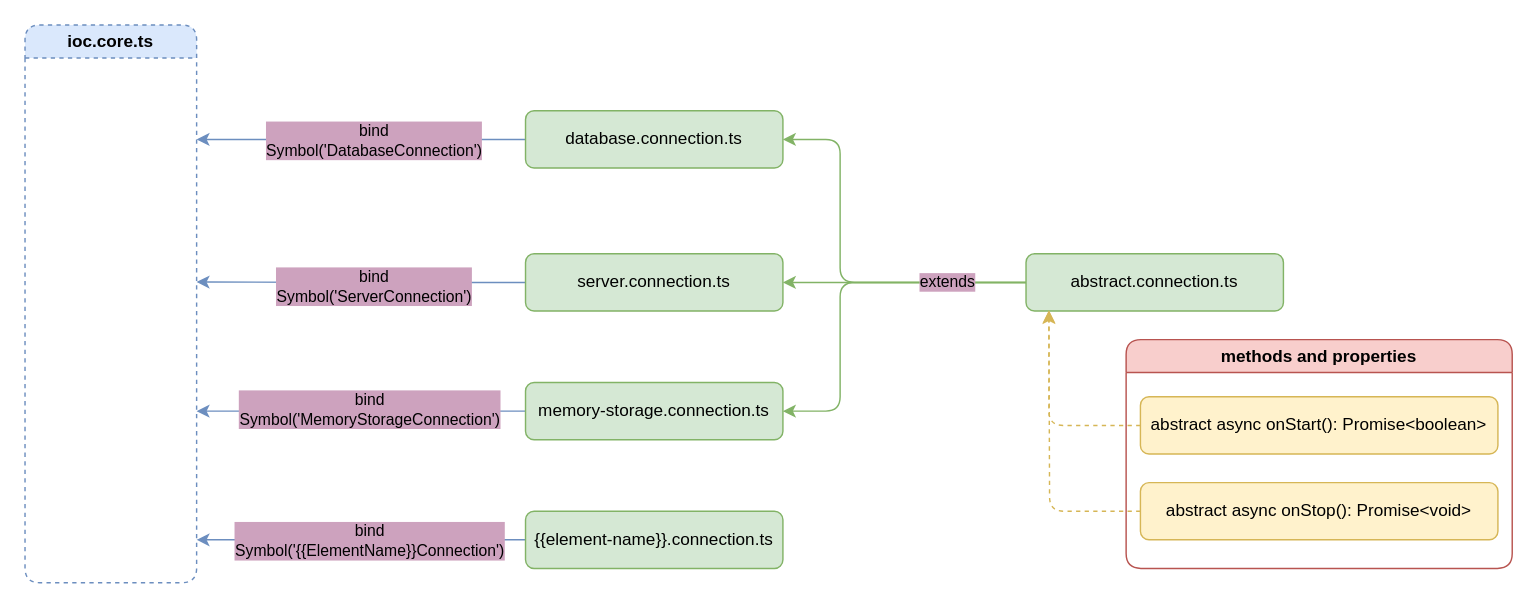
The draw.io diagram documentation/server-platform/Елементи платформи.drawio in Avelate/avelate-documentation, before the edit. Source tidied: cells renumbered, new cells numbered last; positions are measured from the earlier drawing's top-left corner, leaving out a move shared by most shapes. Both pictures are drawn from the tidied source at 143%, with x=0, y=0 at pixel (24, 24).
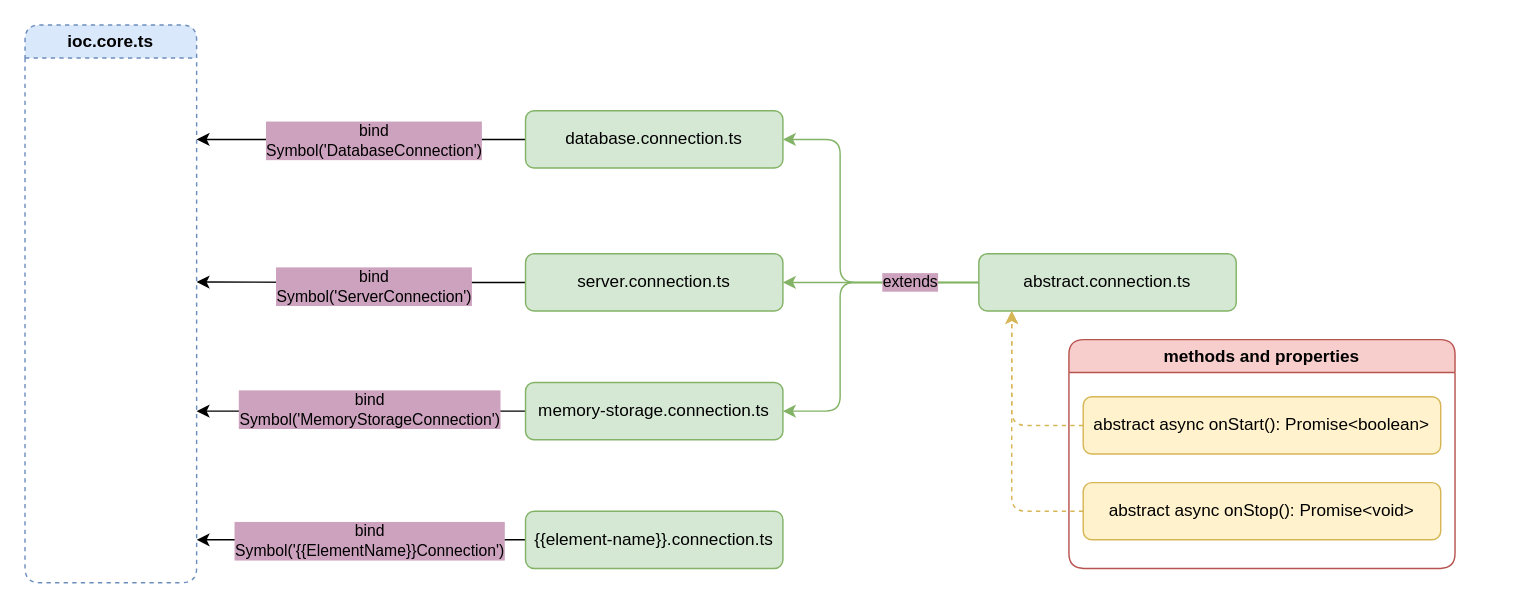
The same diagram, later.

Unchanged cells that the change refers to:
```xml
<mxCell id="5" value="database.connection.ts" style="rounded=1;whiteSpace=wrap;html=1;fillColor=#d5e8d4;strokeColor=#82b366;" parent="1" vertex="1">
  <mxGeometry x="350" y="60" width="180" height="40" as="geometry" />
</mxCell>
<mxCell id="7" value="server.connection.ts" style="rounded=1;whiteSpace=wrap;html=1;fillColor=#d5e8d4;strokeColor=#82b366;" parent="1" vertex="1">
  <mxGeometry x="350" y="160" width="180" height="40" as="geometry" />
</mxCell>
<mxCell id="10" value="memory-storage.connection.ts" style="rounded=1;whiteSpace=wrap;html=1;fillColor=#d5e8d4;strokeColor=#82b366;" parent="1" vertex="1">
  <mxGeometry x="350" y="250" width="180" height="40" as="geometry" />
</mxCell>
<mxCell id="18" value="abstract async onStart(): Promise&amp;lt;boolean&amp;gt;" style="rounded=1;whiteSpace=wrap;html=1;fillColor=#fff2cc;strokeColor=#d6b656;" parent="17" vertex="1">
  <mxGeometry x="10" y="40" width="250" height="40" as="geometry" />
</mxCell>
<mxCell id="19" value="abstract async onStop(): Promise&amp;lt;void&amp;gt;" style="rounded=1;whiteSpace=wrap;html=1;fillColor=#fff2cc;strokeColor=#d6b656;" parent="17" vertex="1">
  <mxGeometry x="10" y="100" width="250" height="40" as="geometry" />
</mxCell>
<mxCell id="23" value="{{element-name}}.connection.ts" style="rounded=1;whiteSpace=wrap;html=1;fillColor=#d5e8d4;strokeColor=#82b366;" parent="1" vertex="1">
  <mxGeometry x="350" y="340" width="180" height="40" as="geometry" />
</mxCell>
```

What changed in the source:
```diff
@@
-    <mxCell id="3" style="edgeStyle=orthogonalEdgeStyle;rounded=0;jettySize=auto;html=1;fillColor=#dae8fc;strokeColor=#6c8ebf;" parent="1" edge="1" source="5">
+    <mxCell id="3" style="edgeStyle=orthogonalEdgeStyle;rounded=0;jettySize=auto;html=1;" parent="1" edge="1" source="5">
       <mxGeometry relative="1" as="geometry">
         <mxPoint x="120" y="80" as="targetPoint" />
       </mxGeometry>
     </mxCell>
@@
-    <mxCell id="6" style="edgeStyle=orthogonalEdgeStyle;rounded=0;jettySize=auto;html=1;exitX=0;exitY=0.5;exitDx=0;exitDy=0;fillColor=#dae8fc;strokeColor=#6c8ebf;" parent="1" edge="1" source="7">
+    <mxCell id="6" style="edgeStyle=orthogonalEdgeStyle;rounded=0;jettySize=auto;html=1;exitX=0;exitY=0.5;exitDx=0;exitDy=0;" parent="1" edge="1" source="7">
       <mxGeometry relative="1" as="geometry">
         <mxPoint x="120" y="179.7" as="targetPoint" />
       </mxGeometry>
     </mxCell>
@@
-    <mxCell id="8" style="edgeStyle=orthogonalEdgeStyle;rounded=0;jettySize=auto;html=1;fillColor=#dae8fc;strokeColor=#6c8ebf;" parent="1" edge="1" source="10">
+    <mxCell id="8" style="edgeStyle=orthogonalEdgeStyle;rounded=0;jettySize=auto;html=1;" parent="1" edge="1" source="10">
       <mxGeometry relative="1" as="geometry">
         <mxPoint x="120" y="270" as="targetPoint" />
         <Array as="points">
           <mxPoint x="240" y="270" />
           <mxPoint x="240" y="270" />
         </Array>
       </mxGeometry>
     </mxCell>
@@
     <mxCell id="16" value="abstract.connection.ts" style="rounded=1;whiteSpace=wrap;html=1;fillColor=#d5e8d4;strokeColor=#82b366;" parent="1" vertex="1">
-      <mxGeometry x="700" y="160" width="180" height="40" as="geometry" />
+      <mxGeometry x="667" y="160" width="180" height="40" as="geometry" />
     </mxCell>
     <mxCell id="17" value="methods and properties" style="swimlane;whiteSpace=wrap;html=1;fillColor=#f8cecc;strokeColor=#b85450;rounded=1;" parent="1" vertex="1">
-      <mxGeometry x="770" y="220" width="270" height="160" as="geometry" />
+      <mxGeometry x="730" y="220" width="270" height="160" as="geometry" />
     </mxCell>
@@
-    <mxCell id="20" style="edgeStyle=orthogonalEdgeStyle;rounded=1;jettySize=auto;html=1;entryX=0.089;entryY=0.985;entryDx=0;entryDy=0;entryPerimeter=0;exitX=0;exitY=0.5;exitDx=0;exitDy=0;fillColor=#fff2cc;strokeColor=#d6b656;dashed=1;" parent="1" edge="1" source="18" target="16">
-      <mxGeometry relative="1" as="geometry" />
+    <mxCell id="20" style="edgeStyle=orthogonalEdgeStyle;rounded=1;jettySize=auto;html=1;exitX=0;exitY=0.5;exitDx=0;exitDy=0;fillColor=#fff2cc;strokeColor=#d6b656;dashed=1;" parent="1" edge="1" source="18">
+      <mxGeometry relative="1" as="geometry">
+        <mxPoint x="690" y="200" as="targetPoint" />
+        <Array as="points">
+          <mxPoint x="690" y="280" />
+          <mxPoint x="690" y="199" />
+        </Array>
+      </mxGeometry>
     </mxCell>
-    <mxCell id="21" style="edgeStyle=orthogonalEdgeStyle;rounded=1;jettySize=auto;html=1;exitX=0;exitY=0.5;exitDx=0;exitDy=0;fillColor=#fff2cc;strokeColor=#d6b656;dashed=1;" parent="1" edge="1" source="19">
+    <mxCell id="21" style="edgeStyle=orthogonalEdgeStyle;rounded=1;jettySize=auto;html=1;exitX=0;exitY=0.5;exitDx=0;exitDy=0;fillColor=#fff2cc;strokeColor=#d6b656;dashed=1;" parent="1" edge="1" source="19" target="16">
       <mxGeometry relative="1" as="geometry">
-        <mxPoint x="716" y="200" as="targetPoint" />
+        <Array as="points">
+          <mxPoint x="690" y="340" />
+        </Array>
       </mxGeometry>
     </mxCell>
-    <mxCell id="22" style="edgeStyle=orthogonalEdgeStyle;rounded=0;jettySize=auto;html=1;fillColor=#dae8fc;strokeColor=#6c8ebf;" parent="1" edge="1" source="23">
+    <mxCell id="22" style="edgeStyle=orthogonalEdgeStyle;rounded=0;jettySize=auto;html=1;" parent="1" edge="1" source="23">
       <mxGeometry relative="1" as="geometry">
         <mxPoint x="120" y="360" as="targetPoint" />
       </mxGeometry>
     </mxCell>
```
